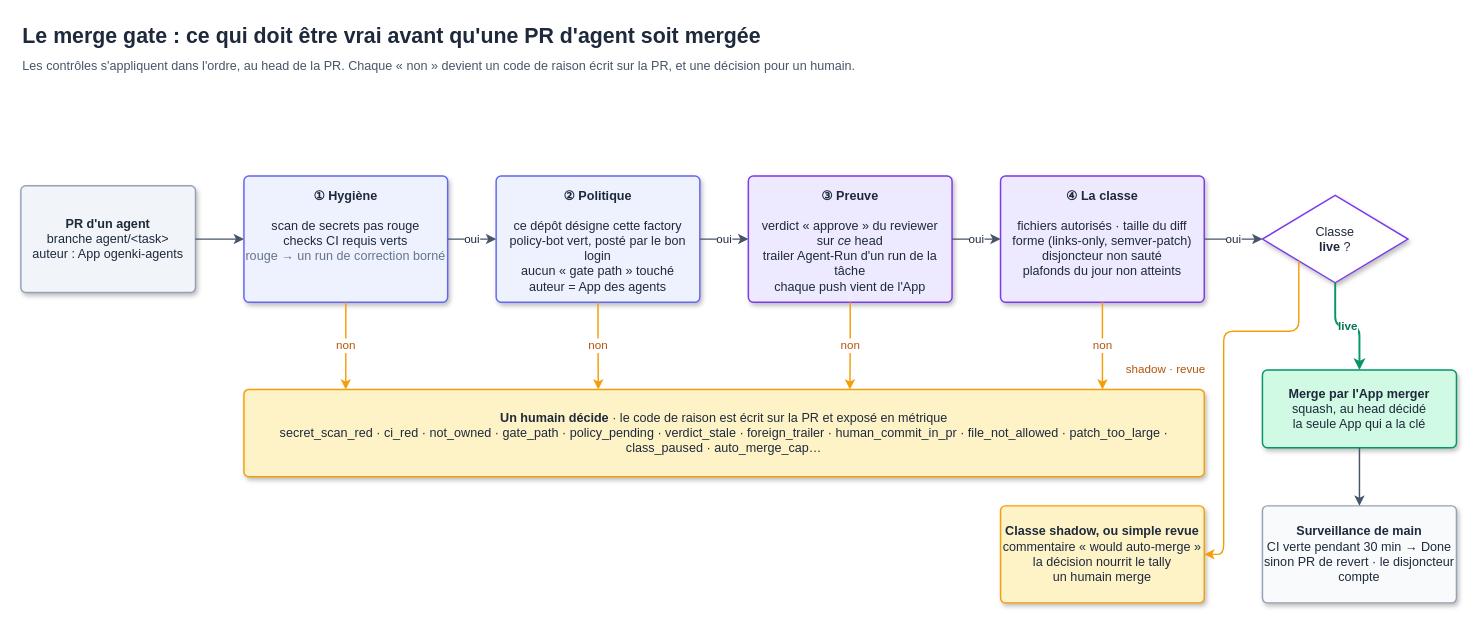
Above: content/fr/post/series/agentic_ai/cloud-native-agent-factory/merge-gate.drawio in Smana/smana.github.io (draw.io), before the change. Source tidied: cells renumbered, new cells numbered last; positions are measured from the earlier drawing's top-left corner, leaving out a move shared by most shapes. Both pictures are drawn from the tidied source at 97%, with x=0, y=0 at pixel (20, 16).
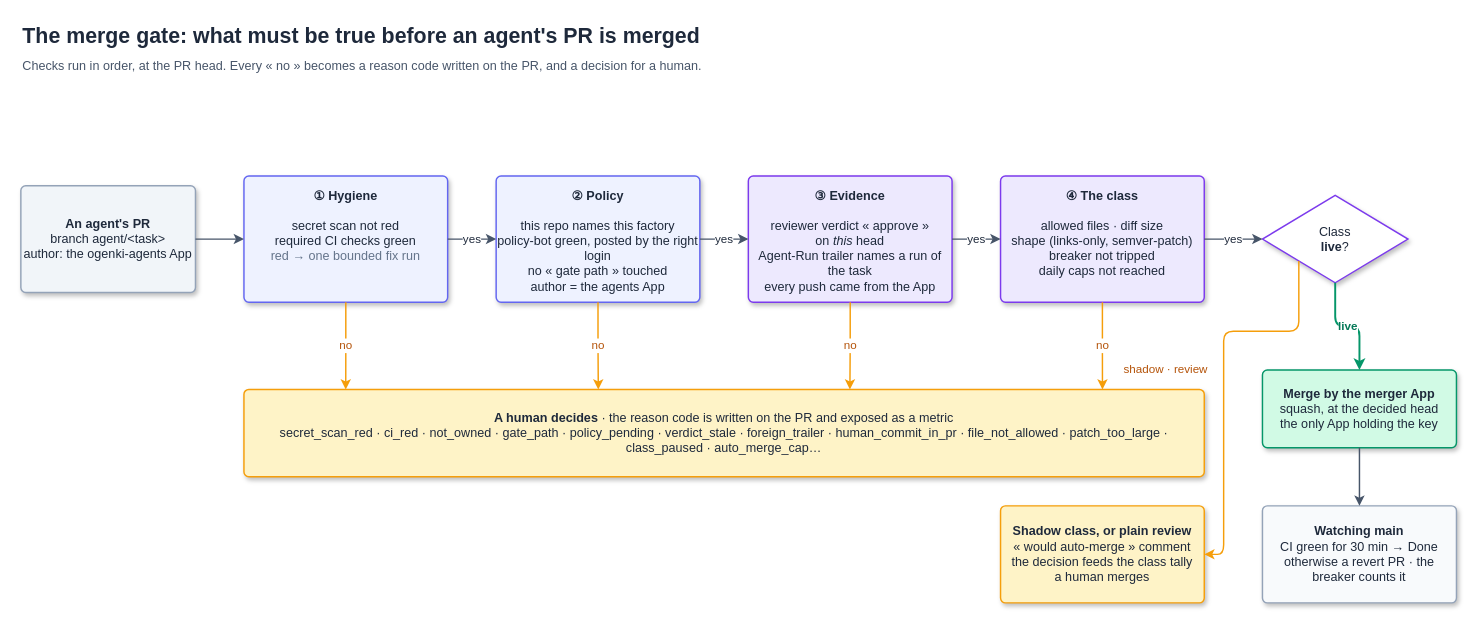
Above is the later version.

Diff of the diagram source:
```diff
@@
-    <mxCell id="2" value="Le merge gate : ce qui doit être vrai avant qu'une PR d'agent soit mergée" style="text;html=1;fontFamily=Helvetica;align=left;verticalAlign=top;whiteSpace=wrap;fontSize=22;fontColor=#1E293B;fontStyle=1;" parent="1" vertex="1">
+    <mxCell id="2" value="The merge gate: what must be true before an agent's PR is merged" style="text;html=1;fontFamily=Helvetica;align=left;verticalAlign=top;whiteSpace=wrap;fontSize=22;fontColor=#1E293B;fontStyle=1;" parent="1" vertex="1">
       <mxGeometry width="1000" height="32" as="geometry" />
     </mxCell>
-    <mxCell id="3" value="Les contrôles s'appliquent dans l'ordre, au head de la PR. Chaque « non » devient un code de raison écrit sur la PR, et une décision pour un humain." style="text;html=1;fontFamily=Helvetica;align=left;verticalAlign=top;whiteSpace=wrap;fontSize=13;fontColor=#475569;" parent="1" vertex="1">
+    <mxCell id="3" value="Checks run in order, at the PR head. Every « no » becomes a reason code written on the PR, and a decision for a human." style="text;html=1;fontFamily=Helvetica;align=left;verticalAlign=top;whiteSpace=wrap;fontSize=13;fontColor=#475569;" parent="1" vertex="1">
       <mxGeometry y="36" width="1100" height="22" as="geometry" />
     </mxCell>
-    <mxCell id="4" value="&lt;b&gt;PR d'un agent&lt;/b&gt;&lt;br&gt;branche agent/&amp;lt;task&amp;gt;&lt;br&gt;auteur : App ogenki-agents" style="rounded=1;absoluteArcSize=1;arcSize=10;whiteSpace=wrap;html=1;strokeWidth=1.5;fontFamily=Helvetica;fontSize=13;shadow=1;fillColor=#F1F5F9;strokeColor=#94A3B8;fontColor=#1E293B;" parent="1" vertex="1">
+    <mxCell id="4" value="&lt;b&gt;An agent's PR&lt;/b&gt;&lt;br&gt;branch agent/&amp;lt;task&amp;gt;&lt;br&gt;author: the ogenki-agents App" style="rounded=1;absoluteArcSize=1;arcSize=10;whiteSpace=wrap;html=1;strokeWidth=1.5;fontFamily=Helvetica;fontSize=13;shadow=1;fillColor=#F1F5F9;strokeColor=#94A3B8;fontColor=#1E293B;" parent="1" vertex="1">
       <mxGeometry y="174" width="180" height="110" as="geometry" />
     </mxCell>
-    <mxCell id="5" value="&lt;b&gt;① Hygiène&lt;/b&gt;&lt;br&gt;&lt;br&gt;scan de secrets pas rouge&lt;br&gt;checks CI requis verts&lt;br&gt;&lt;font color=&quot;#64748B&quot;&gt;rouge → un run de correction borné&lt;/font&gt;" style="rounded=1;absoluteArcSize=1;arcSize=10;whiteSpace=wrap;html=1;strokeWidth=1.5;fontFamily=Helvetica;fontSize=13;shadow=1;fillColor=#EEF2FF;strokeColor=#6366F1;fontColor=#1E293B;verticalAlign=top;spacingTop=6;" parent="1" vertex="1">
+    <mxCell id="5" value="&lt;b&gt;① Hygiene&lt;/b&gt;&lt;br&gt;&lt;br&gt;secret scan not red&lt;br&gt;required CI checks green&lt;br&gt;&lt;font color=&quot;#64748B&quot;&gt;red → one bounded fix run&lt;/font&gt;" style="rounded=1;absoluteArcSize=1;arcSize=10;whiteSpace=wrap;html=1;strokeWidth=1.5;fontFamily=Helvetica;fontSize=13;shadow=1;fillColor=#EEF2FF;strokeColor=#6366F1;fontColor=#1E293B;verticalAlign=top;spacingTop=6;" parent="1" vertex="1">
       <mxGeometry x="230" y="164" width="210" height="130" as="geometry" />
     </mxCell>
-    <mxCell id="6" value="&lt;b&gt;② Politique&lt;/b&gt;&lt;br&gt;&lt;br&gt;ce dépôt désigne cette factory&lt;br&gt;policy-bot vert, posté par le bon login&lt;br&gt;aucun « gate path » touché&lt;br&gt;auteur = App des agents" style="rounded=1;absoluteArcSize=1;arcSize=10;whiteSpace=wrap;html=1;strokeWidth=1.5;fontFamily=Helvetica;fontSize=13;shadow=1;fillColor=#EEF2FF;strokeColor=#6366F1;fontColor=#1E293B;verticalAlign=top;spacingTop=6;" parent="1" vertex="1">
+    <mxCell id="6" value="&lt;b&gt;② Policy&lt;/b&gt;&lt;br&gt;&lt;br&gt;this repo names this factory&lt;br&gt;policy-bot green, posted by the right login&lt;br&gt;no « gate path » touched&lt;br&gt;author = the agents App" style="rounded=1;absoluteArcSize=1;arcSize=10;whiteSpace=wrap;html=1;strokeWidth=1.5;fontFamily=Helvetica;fontSize=13;shadow=1;fillColor=#EEF2FF;strokeColor=#6366F1;fontColor=#1E293B;verticalAlign=top;spacingTop=6;" parent="1" vertex="1">
       <mxGeometry x="490" y="164" width="210" height="130" as="geometry" />
     </mxCell>
-    <mxCell id="7" value="&lt;b&gt;③ Preuve&lt;/b&gt;&lt;br&gt;&lt;br&gt;verdict « approve » du reviewer&lt;br&gt;sur &lt;i&gt;ce&lt;/i&gt; head&lt;br&gt;trailer Agent-Run d'un run de la tâche&lt;br&gt;chaque push vient de l'App" style="rounded=1;absoluteArcSize=1;arcSize=10;whiteSpace=wrap;html=1;strokeWidth=1.5;fontFamily=Helvetica;fontSize=13;shadow=1;fillColor=#EDE9FE;strokeColor=#7C3AED;fontColor=#1E293B;verticalAlign=top;spacingTop=6;" parent="1" vertex="1">
+    <mxCell id="7" value="&lt;b&gt;③ Evidence&lt;/b&gt;&lt;br&gt;&lt;br&gt;reviewer verdict « approve »&lt;br&gt;on &lt;i&gt;this&lt;/i&gt; head&lt;br&gt;Agent-Run trailer names a run of the task&lt;br&gt;every push came from the App" style="rounded=1;absoluteArcSize=1;arcSize=10;whiteSpace=wrap;html=1;strokeWidth=1.5;fontFamily=Helvetica;fontSize=13;shadow=1;fillColor=#EDE9FE;strokeColor=#7C3AED;fontColor=#1E293B;verticalAlign=top;spacingTop=6;" parent="1" vertex="1">
       <mxGeometry x="750" y="164" width="210" height="130" as="geometry" />
     </mxCell>
-    <mxCell id="8" value="&lt;b&gt;④ La classe&lt;/b&gt;&lt;br&gt;&lt;br&gt;fichiers autorisés · taille du diff&lt;br&gt;forme (links-only, semver-patch)&lt;br&gt;disjoncteur non sauté&lt;br&gt;plafonds du jour non atteints" style="rounded=1;absoluteArcSize=1;arcSize=10;whiteSpace=wrap;html=1;strokeWidth=1.5;fontFamily=Helvetica;fontSize=13;shadow=1;fillColor=#EDE9FE;strokeColor=#7C3AED;fontColor=#1E293B;verticalAlign=top;spacingTop=6;" parent="1" vertex="1">
+    <mxCell id="8" value="&lt;b&gt;④ The class&lt;/b&gt;&lt;br&gt;&lt;br&gt;allowed files · diff size&lt;br&gt;shape (links-only, semver-patch)&lt;br&gt;breaker not tripped&lt;br&gt;daily caps not reached" style="rounded=1;absoluteArcSize=1;arcSize=10;whiteSpace=wrap;html=1;strokeWidth=1.5;fontFamily=Helvetica;fontSize=13;shadow=1;fillColor=#EDE9FE;strokeColor=#7C3AED;fontColor=#1E293B;verticalAlign=top;spacingTop=6;" parent="1" vertex="1">
       <mxGeometry x="1010" y="164" width="210" height="130" as="geometry" />
     </mxCell>
-    <mxCell id="9" value="Classe&lt;br&gt;&lt;b&gt;live&lt;/b&gt; ?" style="rhombus;whiteSpace=wrap;html=1;strokeWidth=1.5;fontFamily=Helvetica;fontSize=13;shadow=1;fillColor=#FFFFFF;strokeColor=#7C3AED;fontColor=#1E293B;" parent="1" vertex="1">
+    <mxCell id="9" value="Class&lt;br&gt;&lt;b&gt;live&lt;/b&gt;?" style="rhombus;whiteSpace=wrap;html=1;strokeWidth=1.5;fontFamily=Helvetica;fontSize=13;shadow=1;fillColor=#FFFFFF;strokeColor=#7C3AED;fontColor=#1E293B;" parent="1" vertex="1">
       <mxGeometry x="1280" y="184" width="150" height="90" as="geometry" />
     </mxCell>
-    <mxCell id="10" value="&lt;b&gt;Merge par l'App merger&lt;/b&gt;&lt;br&gt;squash, au head décidé&lt;br&gt;la seule App qui a la clé" style="rounded=1;absoluteArcSize=1;arcSize=10;whiteSpace=wrap;html=1;strokeWidth=1.5;fontFamily=Helvetica;fontSize=13;shadow=1;fillColor=#D1FAE5;strokeColor=#059669;fontColor=#1E293B;" parent="1" vertex="1">
+    <mxCell id="10" value="&lt;b&gt;Merge by the merger App&lt;/b&gt;&lt;br&gt;squash, at the decided head&lt;br&gt;the only App holding the key" style="rounded=1;absoluteArcSize=1;arcSize=10;whiteSpace=wrap;html=1;strokeWidth=1.5;fontFamily=Helvetica;fontSize=13;shadow=1;fillColor=#D1FAE5;strokeColor=#059669;fontColor=#1E293B;" parent="1" vertex="1">
       <mxGeometry x="1280" y="364" width="200" height="80" as="geometry" />
     </mxCell>
-    <mxCell id="11" value="&lt;b&gt;Surveillance de main&lt;/b&gt;&lt;br&gt;CI verte pendant 30 min → Done&lt;br&gt;sinon PR de revert · le disjoncteur compte" style="rounded=1;absoluteArcSize=1;arcSize=10;whiteSpace=wrap;html=1;strokeWidth=1.5;fontFamily=Helvetica;fontSize=13;shadow=1;fillColor=#F8FAFC;strokeColor=#94A3B8;fontColor=#1E293B;" parent="1" vertex="1">
+    <mxCell id="11" value="&lt;b&gt;Watching main&lt;/b&gt;&lt;br&gt;CI green for 30 min → Done&lt;br&gt;otherwise a revert PR · the breaker counts it" style="rounded=1;absoluteArcSize=1;arcSize=10;whiteSpace=wrap;html=1;strokeWidth=1.5;fontFamily=Helvetica;fontSize=13;shadow=1;fillColor=#F8FAFC;strokeColor=#94A3B8;fontColor=#1E293B;" parent="1" vertex="1">
       <mxGeometry x="1280" y="504" width="200" height="100" as="geometry" />
     </mxCell>
-    <mxCell id="12" value="&lt;b&gt;Classe shadow, ou simple revue&lt;/b&gt;&lt;br&gt;commentaire « would auto-merge »&lt;br&gt;la décision nourrit le tally&lt;br&gt;un humain merge" style="rounded=1;absoluteArcSize=1;arcSize=10;whiteSpace=wrap;html=1;strokeWidth=1.5;fontFamily=Helvetica;fontSize=13;shadow=1;fillColor=#FEF3C7;strokeColor=#F59E0B;fontColor=#1E293B;" parent="1" vertex="1">
+    <mxCell id="12" value="&lt;b&gt;Shadow class, or plain review&lt;/b&gt;&lt;br&gt;« would auto-merge » comment&lt;br&gt;the decision feeds the class tally&lt;br&gt;a human merges" style="rounded=1;absoluteArcSize=1;arcSize=10;whiteSpace=wrap;html=1;strokeWidth=1.5;fontFamily=Helvetica;fontSize=13;shadow=1;fillColor=#FEF3C7;strokeColor=#F59E0B;fontColor=#1E293B;" parent="1" vertex="1">
       <mxGeometry x="1010" y="504" width="210" height="100" as="geometry" />
     </mxCell>
-    <mxCell id="13" value="&lt;b&gt;Un humain décide&lt;/b&gt; · le code de raison est écrit sur la PR et exposé en métrique&lt;br&gt;secret_scan_red · ci_red · not_owned · gate_path · policy_pending · verdict_stale · foreign_trailer · human_commit_in_pr · file_not_allowed · patch_too_large · class_paused · auto_merge_cap…" style="rounded=1;absoluteArcSize=1;arcSize=10;whiteSpace=wrap;html=1;strokeWidth=1.5;fontFamily=Helvetica;fontSize=13;shadow=1;fillColor=#FEF3C7;strokeColor=#F59E0B;fontColor=#1E293B;" parent="1" vertex="1">
+    <mxCell id="13" value="&lt;b&gt;A human decides&lt;/b&gt; · the reason code is written on the PR and exposed as a metric&lt;br&gt;secret_scan_red · ci_red · not_owned · gate_path · policy_pending · verdict_stale · foreign_trailer · human_commit_in_pr · file_not_allowed · patch_too_large · class_paused · auto_merge_cap…" style="rounded=1;absoluteArcSize=1;arcSize=10;whiteSpace=wrap;html=1;strokeWidth=1.5;fontFamily=Helvetica;fontSize=13;shadow=1;fillColor=#FEF3C7;strokeColor=#F59E0B;fontColor=#1E293B;" parent="1" vertex="1">
       <mxGeometry x="230" y="384" width="990" height="90" as="geometry" />
     </mxCell>
@@
-    <mxCell id="15" value="oui" style="edgeStyle=orthogonalEdgeStyle;rounded=1;jettySize=auto;html=1;strokeWidth=1.5;endArrow=classic;endFill=1;fontFamily=Helvetica;fontSize=12;fontColor=#1E293B;labelBackgroundColor=#ffffff;strokeColor=#475569;exitX=1;exitY=0.5;exitDx=0;exitDy=0;entryX=0;entryY=0.5;entryDx=0;entryDy=0;" parent="1" edge="1" source="5" target="6">
+    <mxCell id="15" value="yes" style="edgeStyle=orthogonalEdgeStyle;rounded=1;jettySize=auto;html=1;strokeWidth=1.5;endArrow=classic;endFill=1;fontFamily=Helvetica;fontSize=12;fontColor=#1E293B;labelBackgroundColor=#ffffff;strokeColor=#475569;exitX=1;exitY=0.5;exitDx=0;exitDy=0;entryX=0;entryY=0.5;entryDx=0;entryDy=0;" parent="1" edge="1" source="5" target="6">
       <mxGeometry relative="1" as="geometry" />
     </mxCell>
-    <mxCell id="16" value="oui" style="edgeStyle=orthogonalEdgeStyle;rounded=1;jettySize=auto;html=1;strokeWidth=1.5;endArrow=classic;endFill=1;fontFamily=Helvetica;fontSize=12;fontColor=#1E293B;labelBackgroundColor=#ffffff;strokeColor=#475569;exitX=1;exitY=0.5;exitDx=0;exitDy=0;entryX=0;entryY=0.5;entryDx=0;entryDy=0;" parent="1" edge="1" source="6" target="7">
+    <mxCell id="16" value="yes" style="edgeStyle=orthogonalEdgeStyle;rounded=1;jettySize=auto;html=1;strokeWidth=1.5;endArrow=classic;endFill=1;fontFamily=Helvetica;fontSize=12;fontColor=#1E293B;labelBackgroundColor=#ffffff;strokeColor=#475569;exitX=1;exitY=0.5;exitDx=0;exitDy=0;entryX=0;entryY=0.5;entryDx=0;entryDy=0;" parent="1" edge="1" source="6" target="7">
       <mxGeometry relative="1" as="geometry" />
     </mxCell>
-    <mxCell id="17" value="oui" style="edgeStyle=orthogonalEdgeStyle;rounded=1;jettySize=auto;html=1;strokeWidth=1.5;endArrow=classic;endFill=1;fontFamily=Helvetica;fontSize=12;fontColor=#1E293B;labelBackgroundColor=#ffffff;strokeColor=#475569;exitX=1;exitY=0.5;exitDx=0;exitDy=0;entryX=0;entryY=0.5;entryDx=0;entryDy=0;" parent="1" edge="1" source="7" target="8">
+    <mxCell id="17" value="yes" style="edgeStyle=orthogonalEdgeStyle;rounded=1;jettySize=auto;html=1;strokeWidth=1.5;endArrow=classic;endFill=1;fontFamily=Helvetica;fontSize=12;fontColor=#1E293B;labelBackgroundColor=#ffffff;strokeColor=#475569;exitX=1;exitY=0.5;exitDx=0;exitDy=0;entryX=0;entryY=0.5;entryDx=0;entryDy=0;" parent="1" edge="1" source="7" target="8">
       <mxGeometry relative="1" as="geometry" />
     </mxCell>
-    <mxCell id="18" value="oui" style="edgeStyle=orthogonalEdgeStyle;rounded=1;jettySize=auto;html=1;strokeWidth=1.5;endArrow=classic;endFill=1;fontFamily=Helvetica;fontSize=12;fontColor=#1E293B;labelBackgroundColor=#ffffff;strokeColor=#475569;exitX=1;exitY=0.5;exitDx=0;exitDy=0;entryX=0;entryY=0.5;entryDx=0;entryDy=0;" parent="1" edge="1" source="8" target="9">
+    <mxCell id="18" value="yes" style="edgeStyle=orthogonalEdgeStyle;rounded=1;jettySize=auto;html=1;strokeWidth=1.5;endArrow=classic;endFill=1;fontFamily=Helvetica;fontSize=12;fontColor=#1E293B;labelBackgroundColor=#ffffff;strokeColor=#475569;exitX=1;exitY=0.5;exitDx=0;exitDy=0;entryX=0;entryY=0.5;entryDx=0;entryDy=0;" parent="1" edge="1" source="8" target="9">
       <mxGeometry relative="1" as="geometry" />
     </mxCell>
-    <mxCell id="19" value="non" style="edgeStyle=orthogonalEdgeStyle;rounded=1;jettySize=auto;html=1;strokeWidth=1.5;endArrow=classic;endFill=1;fontFamily=Helvetica;fontSize=12;fontColor=#B45309;labelBackgroundColor=#ffffff;strokeColor=#F59E0B;exitX=0.5;exitY=1;exitDx=0;exitDy=0;entryY=0;entryDx=0;entryDy=0;entryX=0.106;" parent="1" edge="1" source="5" target="13">
+    <mxCell id="19" value="no" style="edgeStyle=orthogonalEdgeStyle;rounded=1;jettySize=auto;html=1;strokeWidth=1.5;endArrow=classic;endFill=1;fontFamily=Helvetica;fontSize=12;fontColor=#B45309;labelBackgroundColor=#ffffff;strokeColor=#F59E0B;exitX=0.5;exitY=1;exitDx=0;exitDy=0;entryY=0;entryDx=0;entryDy=0;entryX=0.106;" parent="1" edge="1" source="5" target="13">
       <mxGeometry relative="1" as="geometry" />
     </mxCell>
-    <mxCell id="20" value="non" style="edgeStyle=orthogonalEdgeStyle;rounded=1;jettySize=auto;html=1;strokeWidth=1.5;endArrow=classic;endFill=1;fontFamily=Helvetica;fontSize=12;fontColor=#B45309;labelBackgroundColor=#ffffff;strokeColor=#F59E0B;exitX=0.5;exitY=1;exitDx=0;exitDy=0;entryY=0;entryDx=0;entryDy=0;entryX=0.369;" parent="1" edge="1" source="6" target="13">
+    <mxCell id="20" value="no" style="edgeStyle=orthogonalEdgeStyle;rounded=1;jettySize=auto;html=1;strokeWidth=1.5;endArrow=classic;endFill=1;fontFamily=Helvetica;fontSize=12;fontColor=#B45309;labelBackgroundColor=#ffffff;strokeColor=#F59E0B;exitX=0.5;exitY=1;exitDx=0;exitDy=0;entryY=0;entryDx=0;entryDy=0;entryX=0.369;" parent="1" edge="1" source="6" target="13">
       <mxGeometry relative="1" as="geometry" />
     </mxCell>
-    <mxCell id="21" value="non" style="edgeStyle=orthogonalEdgeStyle;rounded=1;jettySize=auto;html=1;strokeWidth=1.5;endArrow=classic;endFill=1;fontFamily=Helvetica;fontSize=12;fontColor=#B45309;labelBackgroundColor=#ffffff;strokeColor=#F59E0B;exitX=0.5;exitY=1;exitDx=0;exitDy=0;entryY=0;entryDx=0;entryDy=0;entryX=0.631;" parent="1" edge="1" source="7" target="13">
+    <mxCell id="21" value="no" style="edgeStyle=orthogonalEdgeStyle;rounded=1;jettySize=auto;html=1;strokeWidth=1.5;endArrow=classic;endFill=1;fontFamily=Helvetica;fontSize=12;fontColor=#B45309;labelBackgroundColor=#ffffff;strokeColor=#F59E0B;exitX=0.5;exitY=1;exitDx=0;exitDy=0;entryY=0;entryDx=0;entryDy=0;entryX=0.631;" parent="1" edge="1" source="7" target="13">
       <mxGeometry relative="1" as="geometry" />
     </mxCell>
-    <mxCell id="22" value="non" style="edgeStyle=orthogonalEdgeStyle;rounded=1;jettySize=auto;html=1;strokeWidth=1.5;endArrow=classic;endFill=1;fontFamily=Helvetica;fontSize=12;fontColor=#B45309;labelBackgroundColor=#ffffff;strokeColor=#F59E0B;exitY=1;exitDx=0;exitDy=0;entryDx=0;entryDy=0;exitX=0.5;entryX=0.894;entryY=0;" parent="1" edge="1" source="8" target="13">
+    <mxCell id="22" value="no" style="edgeStyle=orthogonalEdgeStyle;rounded=1;jettySize=auto;html=1;strokeWidth=1.5;endArrow=classic;endFill=1;fontFamily=Helvetica;fontSize=12;fontColor=#B45309;labelBackgroundColor=#ffffff;strokeColor=#F59E0B;exitY=1;exitDx=0;exitDy=0;entryDx=0;entryDy=0;exitX=0.5;entryX=0.894;entryY=0;" parent="1" edge="1" source="8" target="13">
       <mxGeometry relative="1" as="geometry" />
     </mxCell>
@@
-    <mxCell id="25" value="shadow · revue" style="edgeStyle=orthogonalEdgeStyle;rounded=1;jettySize=auto;html=1;strokeWidth=1.5;endArrow=classic;endFill=1;fontFamily=Helvetica;fontSize=12;fontColor=#B45309;labelBackgroundColor=#ffffff;strokeColor=#F59E0B;exitDx=0;exitDy=0;entryDx=0;entryDy=0;exitX=0.25;exitY=0.75;entryX=1;entryY=0.5;" parent="1" edge="1" source="9" target="12">
+    <mxCell id="25" value="shadow · review" style="edgeStyle=orthogonalEdgeStyle;rounded=1;jettySize=auto;html=1;strokeWidth=1.5;endArrow=classic;endFill=1;fontFamily=Helvetica;fontSize=12;fontColor=#B45309;labelBackgroundColor=#ffffff;strokeColor=#F59E0B;exitDx=0;exitDy=0;entryDx=0;entryDy=0;exitX=0.25;exitY=0.75;entryX=1;entryY=0.5;" parent="1" edge="1" source="9" target="12">
       <mxGeometry relative="1" as="geometry">
         <Array as="points">
           <mxPoint x="1240" y="324" />
           <mxPoint x="1240" y="554" />
         </Array>
         <mxPoint x="-60" y="-10" as="offset" />
       </mxGeometry>
     </mxCell>
```
